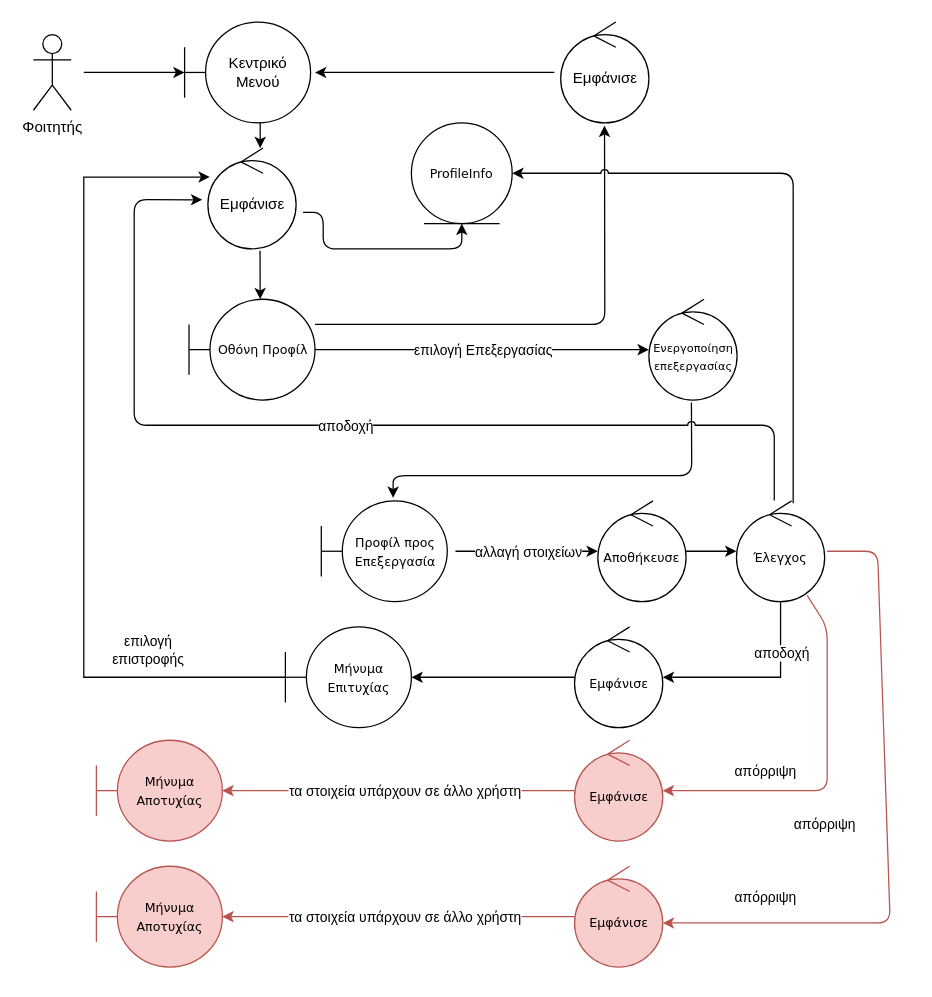
Ibournakas/PaPapp keeps this draw.io diagram as page "Change username / Change email" (15 of 16) of docs/Contributions/Vaggelis/Phase 3/Robustness-diagrams-v0.1.drawio. Above is the earlier version. Source tidied: cells renumbered, new cells numbered last; positions are measured from the earlier drawing's top-left corner, leaving out a move shared by most shapes. Both pictures are drawn from the tidied source at 126%, with x=0, y=0 at pixel (33, 21).
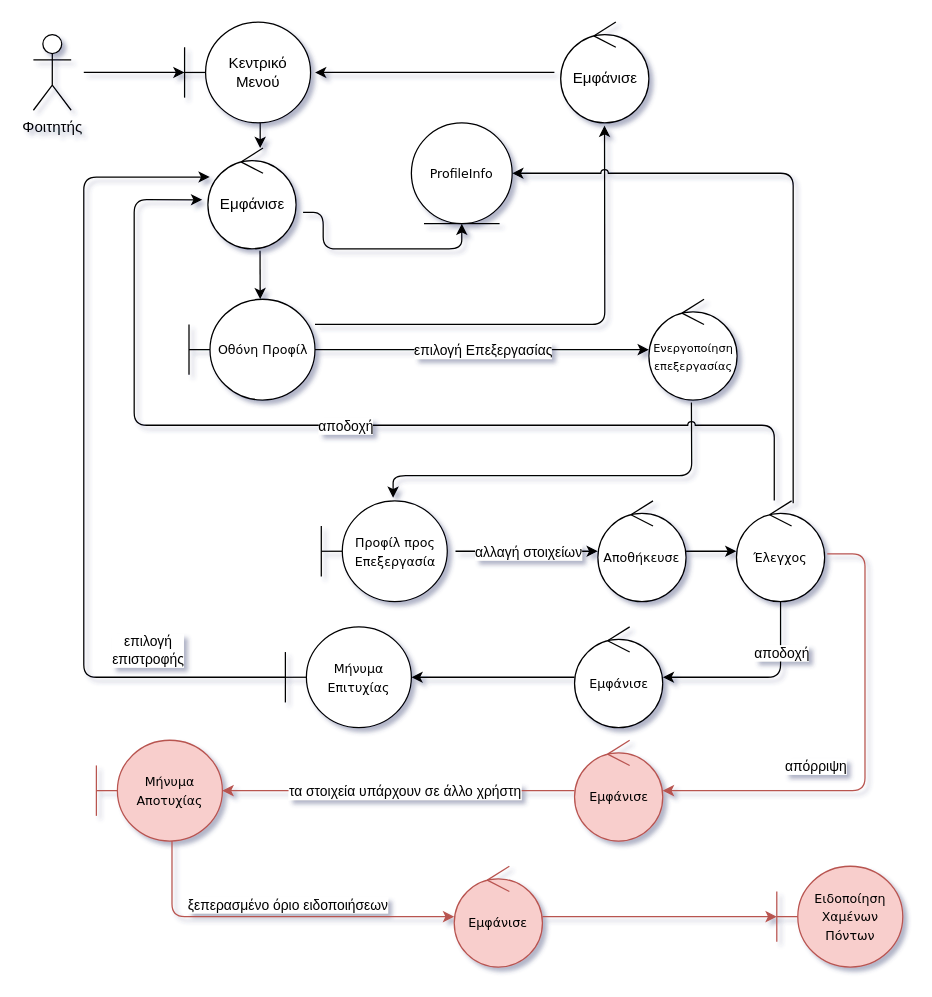
The same page after the edit.

Unchanged cells that the change refers to:
```xml
<mxCell id="24" value="&lt;font face=&quot;Verdana&quot;&gt;&lt;span style=&quot;font-size: 10px;&quot;&gt;Έλεγχος&lt;br&gt;&lt;/span&gt;&lt;/font&gt;" style="ellipse;shape=umlControl;whiteSpace=wrap;html=1;rounded=1;" parent="1" vertex="1">
  <mxGeometry x="558" y="380" width="70" height="80" as="geometry" />
</mxCell>
<mxCell id="29" value="&lt;font face=&quot;Verdana&quot;&gt;&lt;span style=&quot;font-size: 10px;&quot;&gt;Μήνυμα Αποτυχίας&lt;/span&gt;&lt;/font&gt;" style="shape=umlBoundary;whiteSpace=wrap;html=1;rounded=1;fillColor=#f8cecc;strokeColor=#b85450;" parent="1" vertex="1">
  <mxGeometry x="50" y="570" width="100" height="80" as="geometry" />
</mxCell>
<mxCell id="34" value="&lt;font face=&quot;Verdana&quot;&gt;&lt;span style=&quot;font-size: 10px;&quot;&gt;Εμφάνισε&lt;br&gt;&lt;/span&gt;&lt;/font&gt;" style="ellipse;shape=umlControl;whiteSpace=wrap;html=1;rounded=1;fillColor=#f8cecc;strokeColor=#b85450;" parent="1" vertex="1">
  <mxGeometry x="429.5" y="570" width="70" height="80" as="geometry" />
</mxCell>
<mxCell id="36" value="&lt;font face=&quot;Verdana&quot;&gt;&lt;span style=&quot;font-size: 10px;&quot;&gt;Εμφάνισε&lt;br&gt;&lt;/span&gt;&lt;/font&gt;" style="ellipse;shape=umlControl;whiteSpace=wrap;html=1;rounded=1;" parent="1" vertex="1">
  <mxGeometry x="429.5" y="480" width="70" height="80" as="geometry" />
</mxCell>
<mxCell id="37" value="&lt;font face=&quot;Verdana&quot;&gt;&lt;span style=&quot;font-size: 10px;&quot;&gt;Μήνυμα Επιτυχίας&lt;/span&gt;&lt;/font&gt;" style="shape=umlBoundary;whiteSpace=wrap;html=1;rounded=1;" parent="1" vertex="1">
  <mxGeometry x="200" y="480" width="100" height="80" as="geometry" />
</mxCell>
```

The edit, as a diff of the source:
```diff
@@
-<mxGraphModel>
+<mxGraphModel shadow="1">
@@
-    <mxCell id="22" style="edgeStyle=orthogonalEdgeStyle;rounded=0;jettySize=auto;html=1;" parent="1" edge="1" source="24" target="36">
+    <mxCell id="22" style="edgeStyle=orthogonalEdgeStyle;rounded=1;jettySize=auto;html=1;" parent="1" edge="1" source="24" target="36">
       <mxGeometry relative="1" as="geometry">
         <Array as="points">
           <mxPoint x="593" y="520" />
         </Array>
       </mxGeometry>
     </mxCell>
-    <mxCell id="23" value="αποδοχή" style="edgeLabel;html=1;align=center;verticalAlign=middle;" parent="22" vertex="1">
+    <mxCell id="23" value="αποδοχή" style="edgeLabel;html=1;align=center;verticalAlign=middle;rounded=1;" parent="22" vertex="1">
       <mxGeometry x="-0.09" y="1" relative="1" as="geometry">
         <mxPoint x="10" y="-21" as="offset" />
       </mxGeometry>
     </mxCell>
@@
+    <mxCell id="47" style="edgeStyle=orthogonalEdgeStyle;rounded=1;jettySize=auto;html=1;fillColor=#f8cecc;strokeColor=#b85450;" parent="1" edge="1" source="29" target="44">
+      <mxGeometry relative="1" as="geometry">
+        <Array as="points">
+          <mxPoint x="110" y="710" />
+        </Array>
+      </mxGeometry>
+    </mxCell>
+    <mxCell id="48" value="ξεπερασμένο όριο ειδοποιήσεων" style="edgeLabel;html=1;align=center;verticalAlign=middle;rounded=1;" parent="47" vertex="1">
+      <mxGeometry x="0.06" y="-4" relative="1" as="geometry">
+        <mxPoint y="-14" as="offset" />
+      </mxGeometry>
+    </mxCell>
@@
-    <mxCell id="30" style="endArrow=classic;html=1;rounded=1;jumpStyle=arc;fillColor=#f8cecc;strokeColor=#b85450;exitX=0.801;exitY=0.938;exitDx=0;exitDy=0;exitPerimeter=0;" parent="1" edge="1" source="24" target="34">
+    <mxCell id="30" style="endArrow=classic;html=1;rounded=1;jumpStyle=arc;fillColor=#f8cecc;strokeColor=#b85450;exitX=1.029;exitY=0.525;exitDx=0;exitDy=0;exitPerimeter=0;" parent="1" edge="1" source="24" target="34">
       <mxGeometry relative="1" as="geometry">
         <Array as="points">
-          <mxPoint x="630" y="480" />
-          <mxPoint x="630" y="610" />
+          <mxPoint x="660" y="422" />
+          <mxPoint x="660" y="610" />
         </Array>
       </mxGeometry>
     </mxCell>
     <mxCell id="31" value="απόρριψη" style="edgeLabel;html=1;align=center;verticalAlign=middle;rounded=1;labelBackgroundColor=default;" parent="30" vertex="1">
       <mxGeometry relative="1" as="geometry">
-        <mxPoint x="-50" y="-1" as="offset" />
+        <mxPoint x="-40" y="9" as="offset" />
       </mxGeometry>
     </mxCell>
-    <mxCell id="32" style="edgeStyle=orthogonalEdgeStyle;rounded=0;jettySize=auto;html=1;fillColor=#f8cecc;strokeColor=#b85450;" parent="1" edge="1" source="34" target="29">
+    <mxCell id="32" style="edgeStyle=orthogonalEdgeStyle;rounded=1;jettySize=auto;html=1;fillColor=#f8cecc;strokeColor=#b85450;" parent="1" edge="1" source="34" target="29">
       <mxGeometry relative="1" as="geometry" />
     </mxCell>
-    <mxCell id="33" value="τα στοιχεία υπάρχουν σε άλλο χρήστη" style="edgeLabel;html=1;align=center;verticalAlign=middle;" parent="32" vertex="1">
+    <mxCell id="33" value="τα στοιχεία υπάρχουν σε άλλο χρήστη" style="edgeLabel;html=1;align=center;verticalAlign=middle;rounded=1;" parent="32" vertex="1">
       <mxGeometry x="-0.24" y="1" relative="1" as="geometry">
         <mxPoint x="-29" y="-1" as="offset" />
       </mxGeometry>
     </mxCell>
@@
-    <mxCell id="35" style="edgeStyle=orthogonalEdgeStyle;rounded=0;jettySize=auto;html=1;" parent="1" edge="1" source="36" target="37">
+    <mxCell id="35" style="edgeStyle=orthogonalEdgeStyle;rounded=1;jettySize=auto;html=1;" parent="1" edge="1" source="36" target="37">
       <mxGeometry relative="1" as="geometry" />
     </mxCell>
@@
-    <mxCell id="38" style="endArrow=classic;html=1;rounded=0;" parent="1" edge="1">
+    <mxCell id="38" style="endArrow=classic;html=1;rounded=1;" parent="1" edge="1">
       <mxGeometry relative="1" as="geometry">
         <mxPoint x="200" y="520" as="sourcePoint" />
         <mxPoint x="140" y="123" as="targetPoint" />
         <Array as="points">
           <mxPoint x="40" y="520" />
           <mxPoint x="40" y="123" />
         </Array>
       </mxGeometry>
     </mxCell>
-    <mxCell id="39" value="επιλογή&lt;br&gt;επιστροφής" style="edgeLabel;html=1;align=center;verticalAlign=middle;" parent="38" vertex="1">
+    <mxCell id="39" value="επιλογή&lt;br&gt;επιστροφής" style="edgeLabel;html=1;align=center;verticalAlign=middle;rounded=1;" parent="38" vertex="1">
       <mxGeometry x="0.36" y="-4" relative="1" as="geometry">
         <mxPoint x="46" y="265" as="offset" />
       </mxGeometry>
     </mxCell>
-    <mxCell id="40" value="&lt;font face=&quot;Verdana&quot;&gt;&lt;span style=&quot;font-size: 10px;&quot;&gt;Μήνυμα Αποτυχίας&lt;/span&gt;&lt;/font&gt;" style="shape=umlBoundary;whiteSpace=wrap;html=1;rounded=1;fillColor=#f8cecc;strokeColor=#b85450;" parent="1" vertex="1">
-      <mxGeometry x="50" y="670" width="100" height="80" as="geometry" />
-    </mxCell>
-    <mxCell id="41" value="απόρριψη" style="edgeLabel;html=1;align=center;verticalAlign=middle;rounded=1;labelBackgroundColor=default;" parent="1" vertex="1">
-      <mxGeometry x="580" y="694.2" as="geometry" />
-    </mxCell>
-    <mxCell id="42" style="edgeStyle=orthogonalEdgeStyle;rounded=0;jettySize=auto;html=1;fillColor=#f8cecc;strokeColor=#b85450;" parent="1" edge="1" source="44" target="40">
-      <mxGeometry relative="1" as="geometry" />
-    </mxCell>
-    <mxCell id="43" value="τα στοιχεία υπάρχουν σε άλλο χρήστη" style="edgeLabel;html=1;align=center;verticalAlign=middle;" parent="42" vertex="1">
-      <mxGeometry x="-0.24" y="1" relative="1" as="geometry">
-        <mxPoint x="-29" y="-1" as="offset" />
-      </mxGeometry>
-    </mxCell>
+    <mxCell id="49" style="edgeStyle=orthogonalEdgeStyle;rounded=1;jettySize=auto;html=1;fillColor=#f8cecc;strokeColor=#b85450;" parent="1" edge="1" source="44" target="50">
+      <mxGeometry relative="1" as="geometry" />
+    </mxCell>
     <mxCell id="44" value="&lt;font face=&quot;Verdana&quot;&gt;&lt;span style=&quot;font-size: 10px;&quot;&gt;Εμφάνισε&lt;br&gt;&lt;/span&gt;&lt;/font&gt;" style="ellipse;shape=umlControl;whiteSpace=wrap;html=1;rounded=1;fillColor=#f8cecc;strokeColor=#b85450;" parent="1" vertex="1">
-      <mxGeometry x="429.5" y="670" width="70" height="80" as="geometry" />
+      <mxGeometry x="334" y="670" width="70" height="80" as="geometry" />
     </mxCell>
-    <mxCell id="45" style="endArrow=classic;html=1;rounded=1;jumpStyle=arc;fillColor=#f8cecc;strokeColor=#b85450;" parent="1" edge="1">
-      <mxGeometry relative="1" as="geometry">
-        <mxPoint x="630" y="420" as="sourcePoint" />
-        <mxPoint x="499.5" y="715" as="targetPoint" />
-        <Array as="points">
-          <mxPoint x="670" y="420" />
-          <mxPoint x="680" y="715" />
-        </Array>
-      </mxGeometry>
-    </mxCell>
-    <mxCell id="46" value="απόρριψη" style="edgeLabel;html=1;align=center;verticalAlign=middle;rounded=1;labelBackgroundColor=default;" parent="45" vertex="1">
-      <mxGeometry relative="1" as="geometry">
-        <mxPoint x="-50" y="-1" as="offset" />
-      </mxGeometry>
-    </mxCell>
+    <mxCell id="50" value="&lt;font face=&quot;Verdana&quot;&gt;&lt;span style=&quot;font-size: 10px;&quot;&gt;Ειδοποίηση Χαμένων Πόντων&lt;/span&gt;&lt;/font&gt;" style="shape=umlBoundary;whiteSpace=wrap;html=1;rounded=1;fillColor=#f8cecc;strokeColor=#b85450;" parent="1" vertex="1">
+      <mxGeometry x="590" y="670" width="100" height="80" as="geometry" />
+    </mxCell>
```
